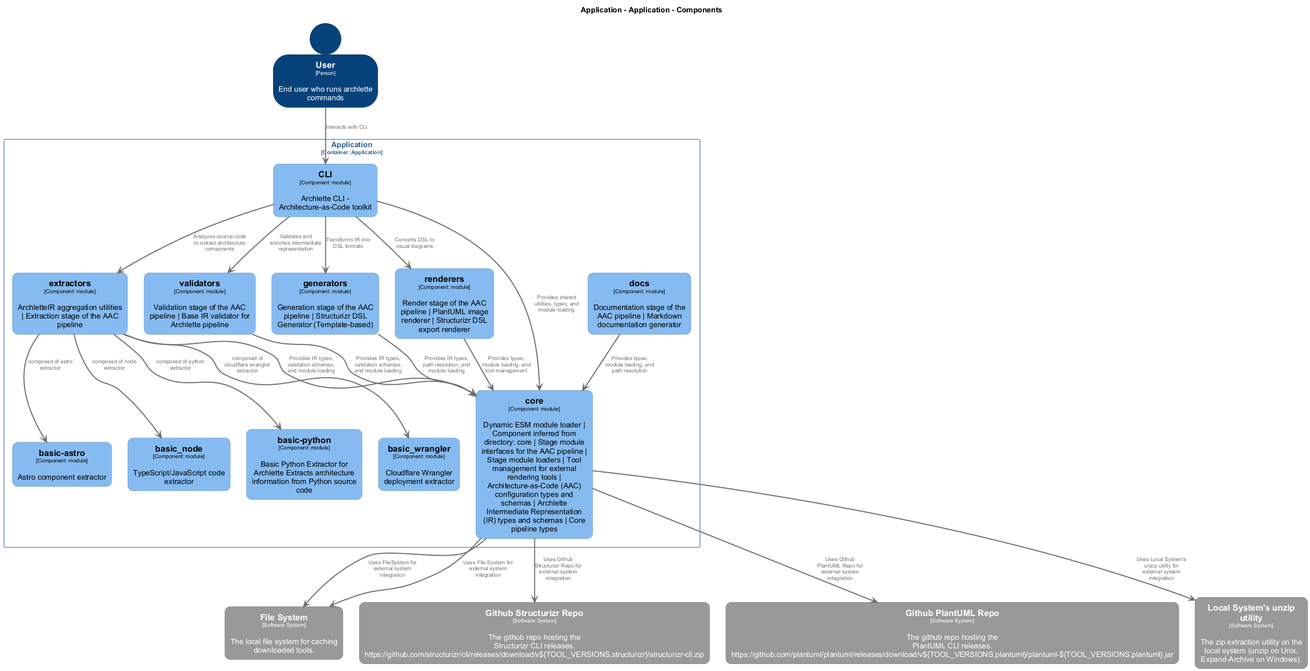
chrislyons-dev/archlette keeps this PlantUML diagram as docs/architecture/diagrams/structurizr-Components_Application.png. Above is the earlier version.
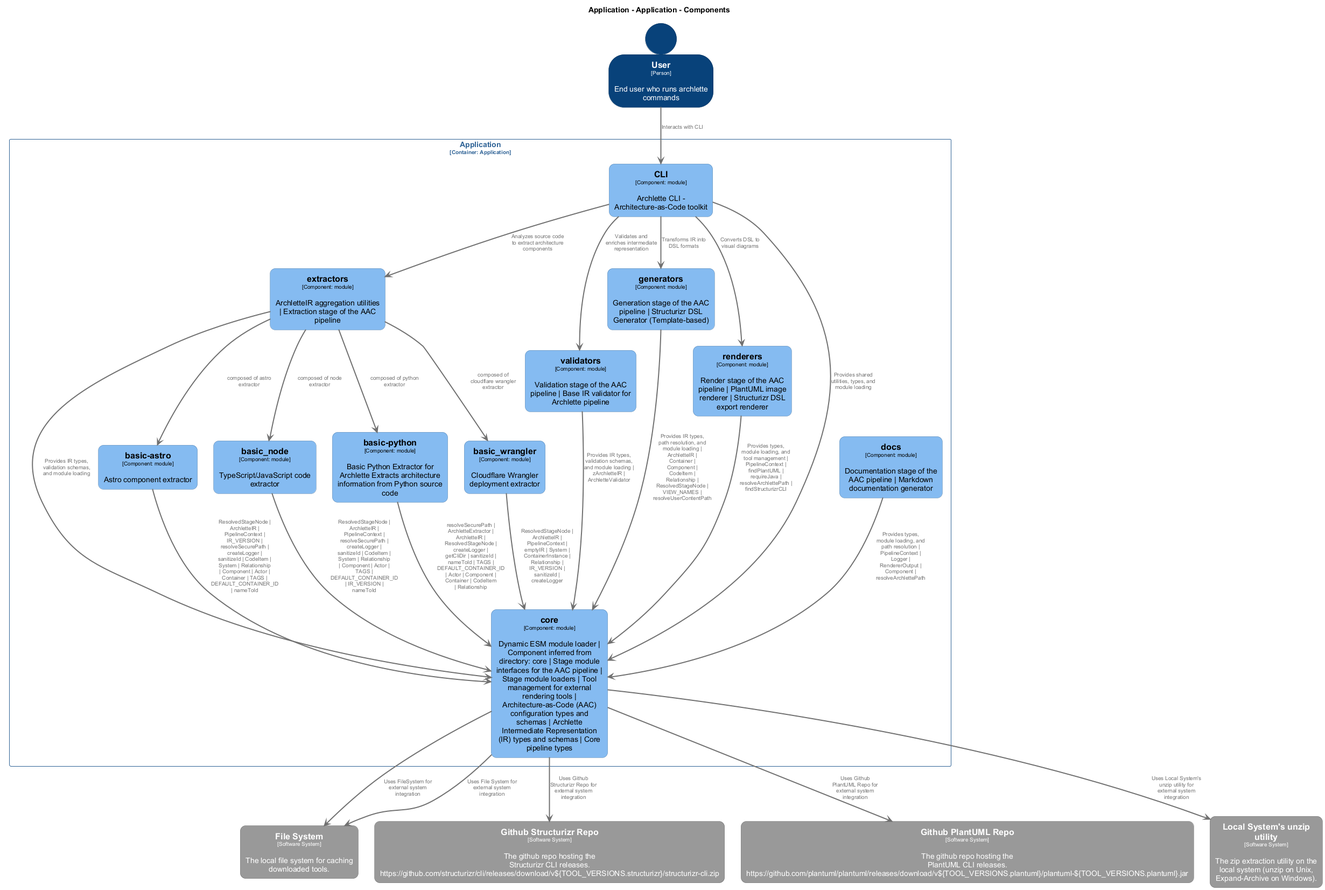
Above is the later version.

The edit, as a diff of the source:
```diff
@@ -171,10 +171,14 @@
 Application.Application.extractors -[#707070,thickness=2]-> Application.Application.basic_node : "<color:#707070>composed of node extractor"
 Application.Application.extractors -[#707070,thickness=2]-> Application.Application.basicpython : "<color:#707070>composed of python extractor"
 Application.Application.extractors -[#707070,thickness=2]-> Application.Application.basic_wrangler : "<color:#707070>composed of cloudflare wrangler extractor"
-Application.Application.validators -[#707070,thickness=2]-> Application.Application.core : "<color:#707070>Provides IR types, validation schemas, and module loading"
-Application.Application.generators -[#707070,thickness=2]-> Application.Application.core : "<color:#707070>Provides IR types, path resolution, and module loading"
-Application.Application.renderers -[#707070,thickness=2]-> Application.Application.core : "<color:#707070>Provides types, module loading, and tool management"
-Application.Application.docs -[#707070,thickness=2]-> Application.Application.core : "<color:#707070>Provides types, module loading, and path resolution"
+Application.Application.validators -[#707070,thickness=2]-> Application.Application.core : "<color:#707070>Provides IR types, validation schemas, and module loading | zArchletteIR | ArchletteValidator"
+Application.Application.generators -[#707070,thickness=2]-> Application.Application.core : "<color:#707070>Provides IR types, path resolution, and module loading | ArchletteIR | Container | Component | CodeItem | Relationship | ResolvedStageNode | VIEW_NAMES | resolveUserContentPath"
+Application.Application.renderers -[#707070,thickness=2]-> Application.Application.core : "<color:#707070>Provides types, module loading, and tool management | PipelineContext | findPlantUML | requireJava | resolveArchlettePath | findStructurizrCLI"
+Application.Application.docs -[#707070,thickness=2]-> Application.Application.core : "<color:#707070>Provides types, module loading, and path resolution | PipelineContext | Logger | RendererOutput | Component | resolveArchlettePath"
+Application.Application.basicastro -[#707070,thickness=2]-> Application.Application.core : "<color:#707070>ResolvedStageNode | ArchletteIR | PipelineContext | IR_VERSION | resolveSecurePath | createLogger | sanitizeId | CodeItem | System | Relationship | Component | Actor | Container | TAGS | DEFAULT_CONTAINER_ID | nameToId"
+Application.Application.basic_node -[#707070,thickness=2]-> Application.Application.core : "<color:#707070>ResolvedStageNode | ArchletteIR | PipelineContext | resolveSecurePath | createLogger | sanitizeId | CodeItem | System | Relationship | Component | Actor | TAGS | DEFAULT_CONTAINER_ID | IR_VERSION | nameToId"
+Application.Application.basicpython -[#707070,thickness=2]-> Application.Application.core : "<color:#707070>resolveSecurePath | ArchletteExtractor | ArchletteIR | ResolvedStageNode | createLogger | getCliDir | sanitizeId | nameToId | TAGS | DEFAULT_CONTAINER_ID | Actor | Component | Container | CodeItem | Relationship"
+Application.Application.basic_wrangler -[#707070,thickness=2]-> Application.Application.core : "<color:#707070>ResolvedStageNode | ArchletteIR | PipelineContext | emptyIR | System | ContainerInstance | Relationship | IR_VERSION | sanitizeId | createLogger"
 User -[#707070,thickness=2]-> Application.Application.CLI : "<color:#707070>Interacts with CLI"
 Application.Application.core -[#707070,thickness=2]-> FileSystem : "<color:#707070>Uses FileSystem for external system integration"
 Application.Application.core -[#707070,thickness=2]-> GithubStructurizrRepo : "<color:#707070>Uses Github Structurizr Repo for external system integration"
```
